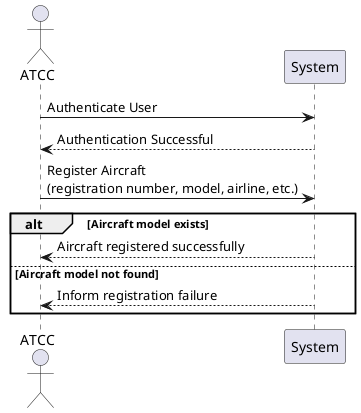
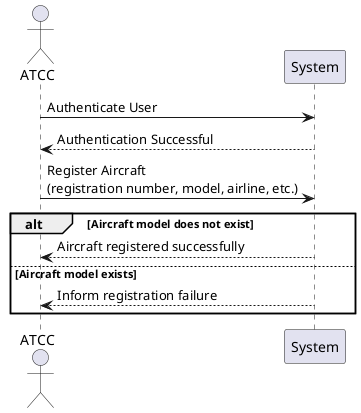
@startuml
actor ATCC
participant "System" as Sys

ATCC -> Sys: Authenticate User
Sys --> ATCC: Authentication Successful

ATCC -> Sys: Register Aircraft\n(registration number, model, airline, etc.)

- alt Aircraft model exists
+ alt Aircraft model does not exist
    Sys --> ATCC: Aircraft registered successfully
- else Aircraft model not found
+ else Aircraft model exists
    Sys --> ATCC: Inform registration failure
end

@enduml